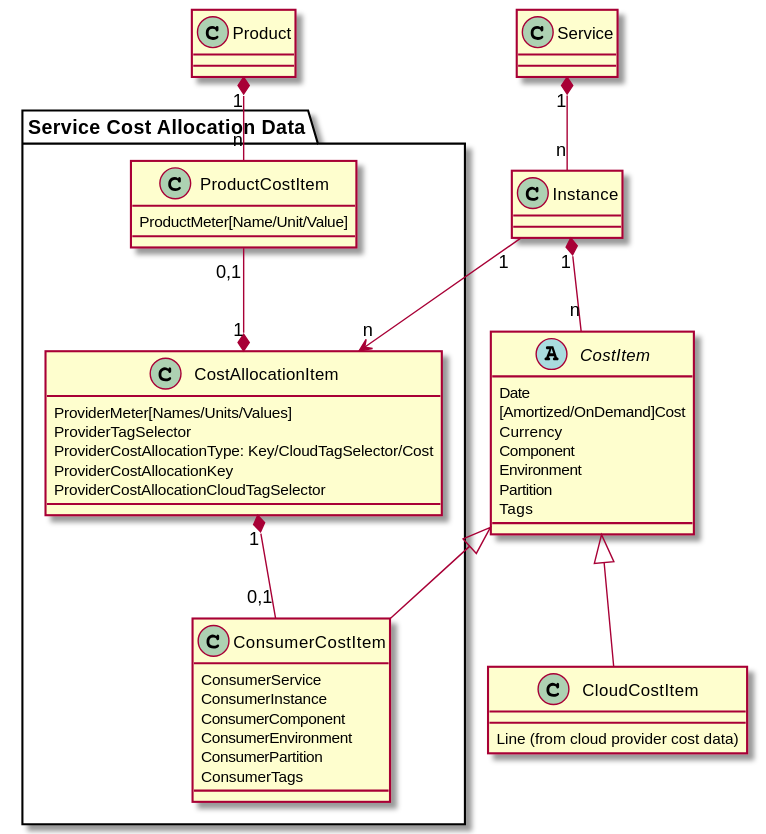
Before: puml/cost-allocation-model.svg, a diagram exported from PlantUML (AmadeusITGroup/cloud-cost-allocation).
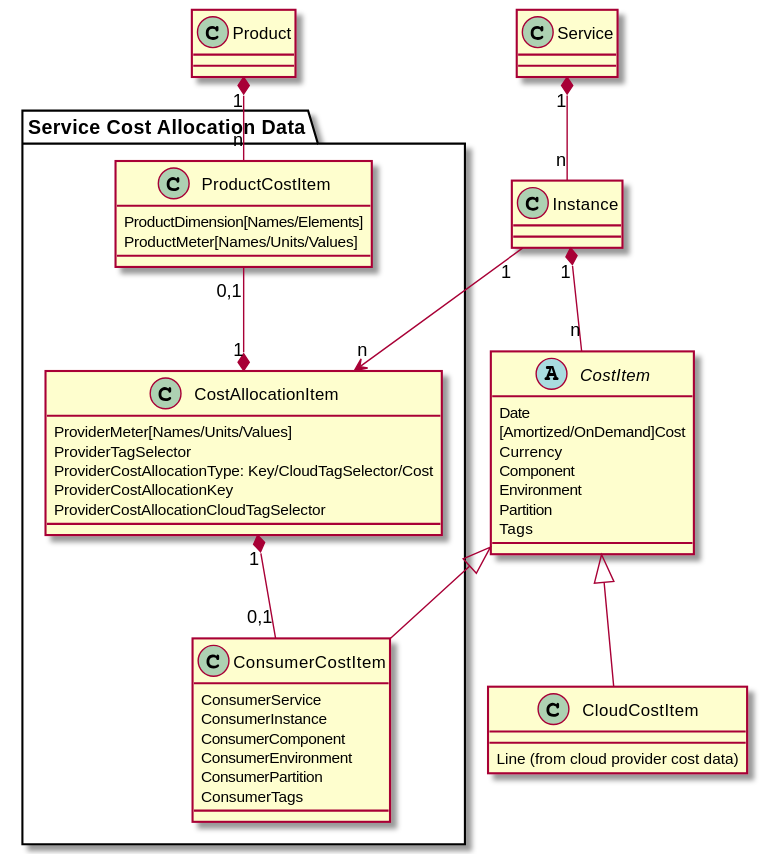
After the commit.

What changed in the source:
```diff
@@ -29,7 +29,8 @@
 }
 
 class ProductCostItem {
-ProductMeter[Name/Unit/Value]
+ProductDimension[Names/Elements]
+ProductMeter[Names/Units/Values]
 }
 
 class ConsumerCostItem {
```
